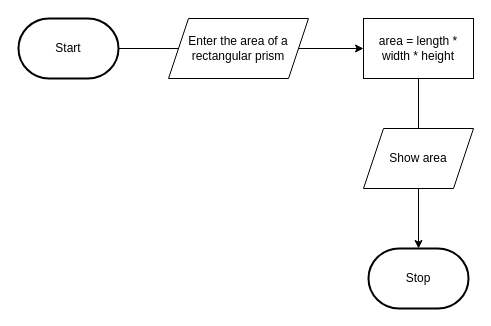
The draw.io diagram design/flowchart.drawio in MTHS-ICD2O-1-2024/ICD2O-Unit-3-02-Aimar-Fernandez, before the edit. Source tidied: cells renumbered, new cells numbered last; positions are measured from the earlier drawing's top-left corner, leaving out a move shared by most shapes. Both pictures are drawn from the tidied source at 100%, with x=0, y=0 at pixel (18, 18).
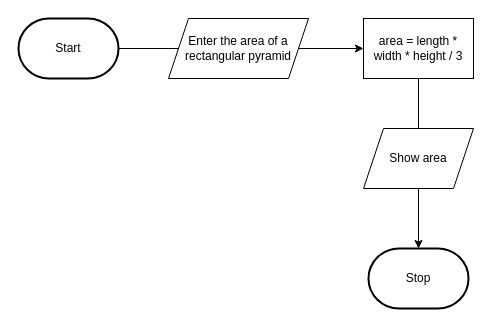
The same diagram, later.

Diff of the diagram source:
```diff
@@
 <mxGraphModel>
   <root>
     <mxCell id="0" />
     <mxCell id="1" parent="0" />
     <mxCell id="2" style="edgeStyle=orthogonalEdgeStyle;html=1;rounded=0;" parent="1" edge="1" source="6" target="4">
       <mxGeometry relative="1" as="geometry" />
     </mxCell>
     <mxCell id="3" value="Start" style="strokeWidth=2;html=1;shape=mxgraph.flowchart.terminator;whiteSpace=wrap;" parent="1" vertex="1">
       <mxGeometry width="100" height="60" as="geometry" />
     </mxCell>
     <mxCell id="4" value="Stop" style="strokeWidth=2;html=1;shape=mxgraph.flowchart.terminator;whiteSpace=wrap;" parent="1" vertex="1">
       <mxGeometry x="350" y="230" width="100" height="60" as="geometry" />
     </mxCell>
     <mxCell id="5" style="edgeStyle=orthogonalEdgeStyle;html=1;rounded=0;" parent="1" edge="1" source="3" target="6">
       <mxGeometry relative="1" as="geometry" />
     </mxCell>
-    <mxCell id="6" value="area = length * width * height" style="whiteSpace=wrap;html=1;" parent="1" vertex="1">
+    <mxCell id="6" value="area = length * width * height / 3" style="whiteSpace=wrap;html=1;" parent="1" vertex="1">
       <mxGeometry x="345" width="110" height="60" as="geometry" />
     </mxCell>
-    <mxCell id="7" value="Enter the area&lt;span style=&quot;background-color: transparent;&quot;&gt;&amp;nbsp;of&amp;nbsp;&lt;/span&gt;&lt;span style=&quot;background-color: transparent;&quot;&gt;a rectangular&amp;nbsp;&lt;/span&gt;&lt;span style=&quot;background-color: transparent;&quot;&gt;prism&lt;/span&gt;" style="shape=parallelogram;perimeter=parallelogramPerimeter;whiteSpace=wrap;html=1;fixedSize=1;" parent="1" vertex="1">
+    <mxCell id="7" value="Enter the area&lt;span style=&quot;background-color: transparent;&quot;&gt;&amp;nbsp;of&amp;nbsp;&lt;/span&gt;&lt;span style=&quot;background-color: transparent;&quot;&gt;a rectangular&amp;nbsp;&lt;/span&gt;&lt;span style=&quot;background-color: transparent;&quot;&gt;pyramid&lt;/span&gt;" style="shape=parallelogram;perimeter=parallelogramPerimeter;whiteSpace=wrap;html=1;fixedSize=1;" parent="1" vertex="1">
       <mxGeometry x="150" width="140" height="60" as="geometry" />
     </mxCell>
     <mxCell id="8" value="Show area" style="shape=parallelogram;perimeter=parallelogramPerimeter;whiteSpace=wrap;html=1;fixedSize=1;" parent="1" vertex="1">
       <mxGeometry x="345" y="110" width="110" height="60" as="geometry" />
     </mxCell>
   </root>
 </mxGraphModel>
```
